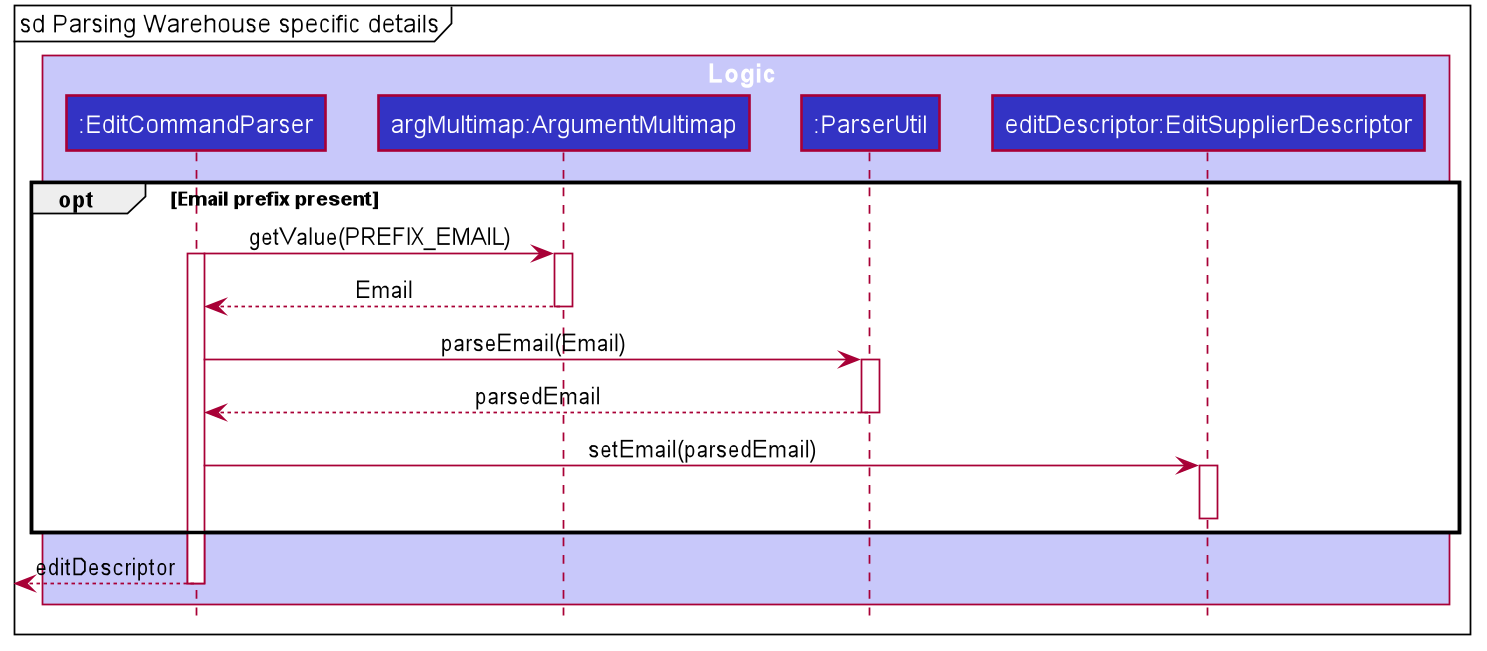
Earlier version of the PlantUML export docs/images/EditCommandDescriptorSupplierDetailsSequenceDiagram.png (tohyuting/tp). The source it was exported from:
```plantuml
@startuml








skinparam BackgroundColor #FFFFFFF

skinparam Shadowing false

skinparam Class {
    FontColor #FFFFFF
    BorderThickness 1
    BorderColor #FFFFFF
    StereotypeFontColor #FFFFFF
    FontName Arial
}

skinparam Actor {
    BorderColor #000000
    Color #000000
    FontName Arial
}

skinparam Sequence {
    MessageAlign center
    BoxFontSize 15
    BoxPadding 0
    BoxFontColor #FFFFFF
    FontName Arial
}

skinparam Participant {
    FontColor #FFFFFFF
    Padding 20
}

skinparam MinClassWidth 50
skinparam ParticipantPadding 10
skinparam Shadowing false
skinparam DefaultTextAlignment center
skinparam packageStyle Rectangle

hide footbox
hide members
hide circle

mainframe sd Parsing Warehouse specific details

box Logic #C8C8FA
participant ":EditCommandParser" as EditCommandParser #3333C4
participant "argMultimap:ArgumentMultimap" as ArgumentMultimap #3333C4
participant ":ParserUtil" as ParserUtil #3333C4
participant "editDescriptor:EditSupplierDescriptor" as EditSupplierDescriptor #3333C4
end box

opt Email prefix present
EditCommandParser -> ArgumentMultimap : getValue(PREFIX_EMAIL)
activate EditCommandParser
activate ArgumentMultimap
ArgumentMultimap --> EditCommandParser : Email
deactivate ArgumentMultimap

EditCommandParser -> ParserUtil : parseEmail(Email)
activate ParserUtil
ParserUtil --> EditCommandParser : parsedEmail
deactivate ParserUtil

EditCommandParser -> EditSupplierDescriptor : setEmail(parsedEmail)
activate EditSupplierDescriptor
deactivate EditSupplierDescriptor
end

[<-- EditCommandParser : editDescriptor
deactivate EditCommandParser

@enduml
```
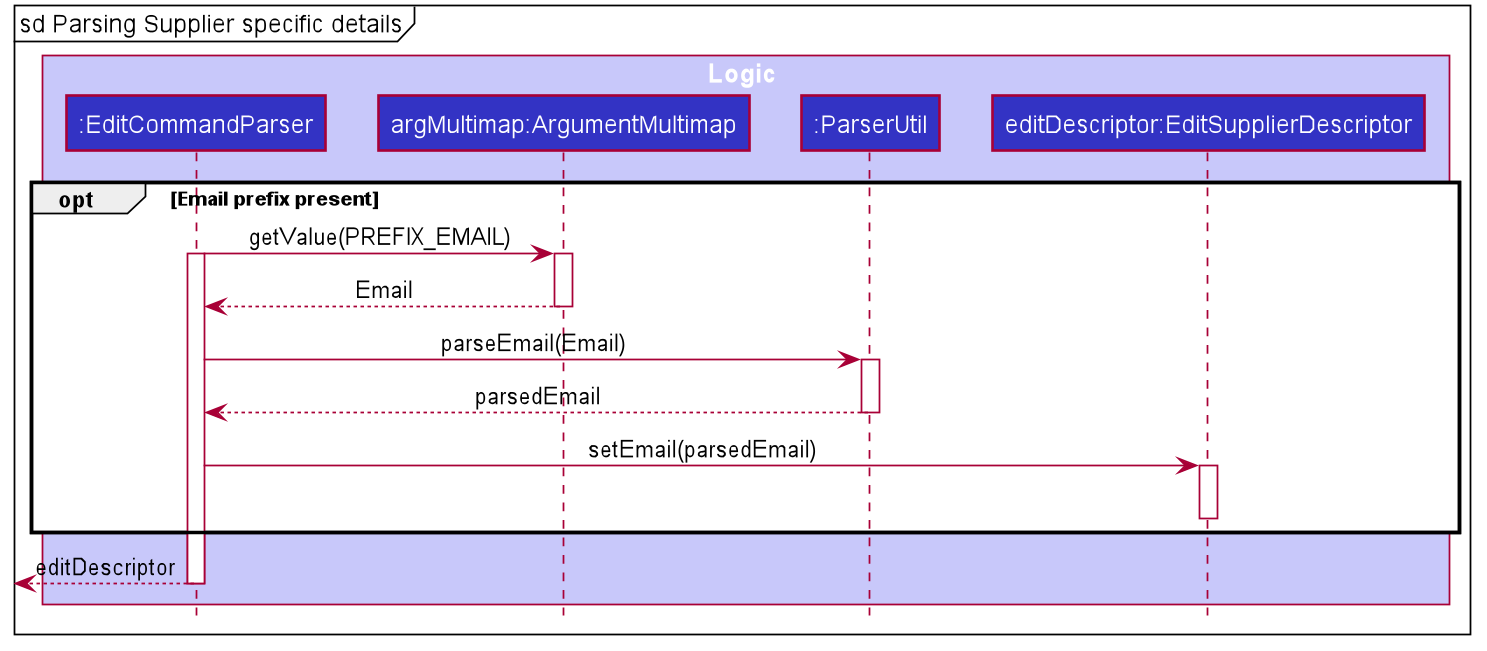
The same file after the commit.

Diff of the diagram source:
```diff
@@ -48,7 +48,7 @@
 hide members
 hide circle
 
-mainframe sd Parsing Warehouse specific details
+mainframe sd Parsing Supplier specific details
 
 box Logic #C8C8FA
 participant ":EditCommandParser" as EditCommandParser #3333C4
```
